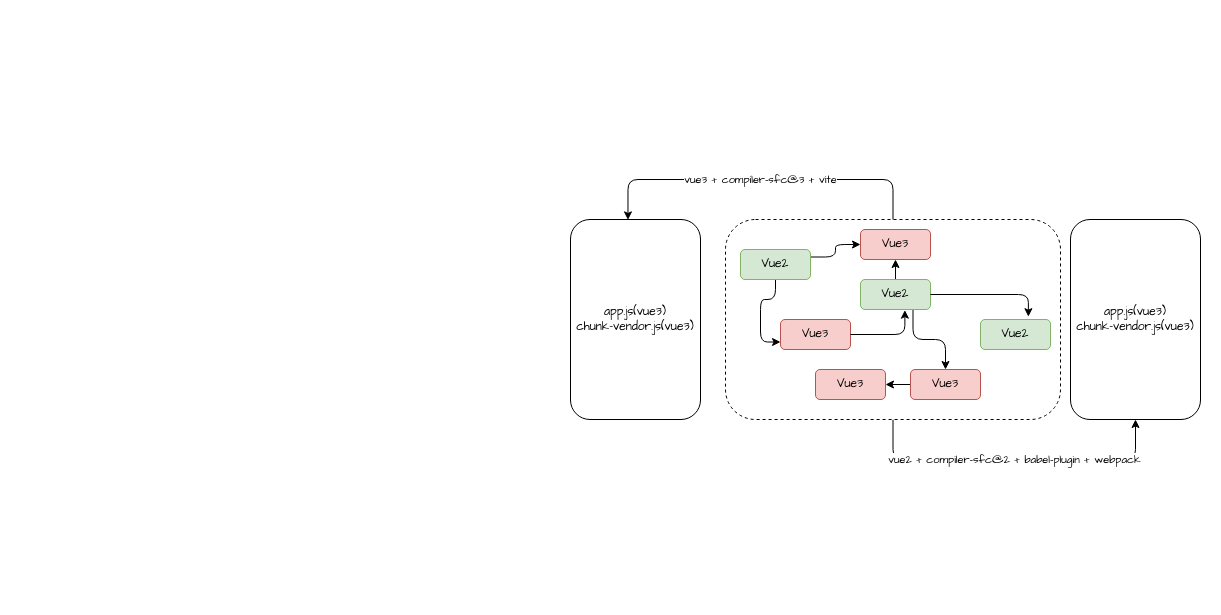
Before: demo.drawio in lqt0223/diagrams, a draw.io diagram. Source tidied: cells renumbered, new cells numbered last; positions are measured from the earlier drawing's top-left corner, leaving out a move shared by most shapes. Both pictures are drawn from the tidied source at 100%, with x=0, y=0 at pixel (570, 179).
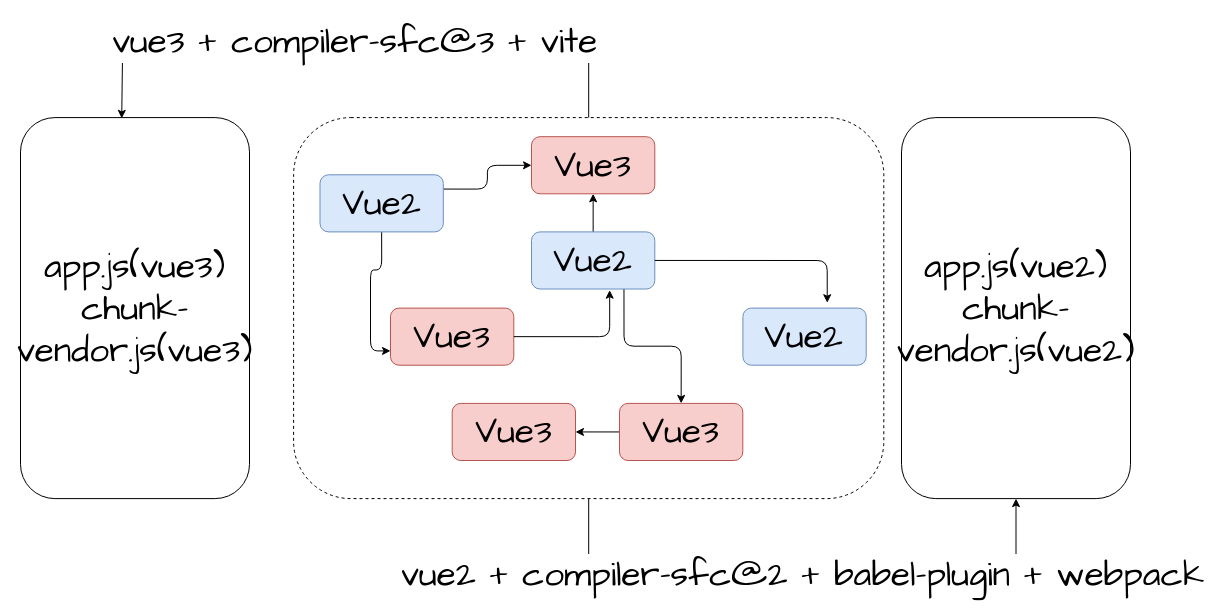
After the change.

Change to the diagram source:
```diff
@@
-    <mxCell id="2" value="vue2 + compiler-sfc@2 + babel-plugin + webpack" style="edgeStyle=orthogonalEdgeStyle;rounded=1;hachureGap=4;jettySize=auto;html=1;exitX=0.5;exitY=1;exitDx=0;exitDy=0;entryX=0.5;entryY=1;entryDx=0;entryDy=0;fontFamily=Architects Daughter;" parent="1" edge="1" source="3" target="19">
+    <mxCell id="2" value="vue2 + compiler-sfc@2 + babel-plugin + webpack" style="edgeStyle=orthogonalEdgeStyle;rounded=1;hachureGap=4;jettySize=auto;html=1;exitX=0.5;exitY=1;exitDx=0;exitDy=0;entryX=0.5;entryY=1;entryDx=0;entryDy=0;fontFamily=Architects Daughter;fontSize=35;" parent="1" edge="1" source="3" target="19">
       <mxGeometry relative="1" as="geometry">
         <Array as="points">
-          <mxPoint x="323" y="280" />
-          <mxPoint x="565" y="280" />
+          <mxPoint x="19.1" y="395.3" />
+          <mxPoint x="445.5" y="395.3" />
         </Array>
       </mxGeometry>
     </mxCell>
-    <mxCell id="3" style="rounded=1;whiteSpace=wrap;html=1;hachureGap=4;fontFamily=Architects Daughter;dashed=1;" parent="1" vertex="1">
-      <mxGeometry x="155" y="40" width="335" height="200" as="geometry" />
+    <mxCell id="3" style="rounded=1;whiteSpace=wrap;html=1;hachureGap=4;fontFamily=Architects Daughter;dashed=1;fontSize=35;" parent="1" vertex="1">
+      <mxGeometry x="-276.9" y="-61.9" width="590.2" height="381" as="geometry" />
     </mxCell>
-    <mxCell id="4" value="Vue2" style="rounded=1;whiteSpace=wrap;html=1;hachureGap=4;fontFamily=Architects Daughter;fillColor=#d5e8d4;strokeColor=#82b366;" parent="1" vertex="1">
-      <mxGeometry x="410" y="140" width="70" height="30" as="geometry" />
+    <mxCell id="4" value="Vue2" style="rounded=1;whiteSpace=wrap;html=1;hachureGap=4;fontFamily=Architects Daughter;fillColor=#dae8fc;strokeColor=#6c8ebf;fontSize=35;" parent="1" vertex="1">
+      <mxGeometry x="172.4" y="128.6" width="123.3" height="57.1" as="geometry" />
     </mxCell>
-    <mxCell id="5" style="edgeStyle=orthogonalEdgeStyle;rounded=1;hachureGap=4;jettySize=auto;html=1;exitX=1;exitY=0.25;exitDx=0;exitDy=0;fontFamily=Architects Daughter;" parent="1" edge="1" source="7" target="11">
+    <mxCell id="5" style="edgeStyle=orthogonalEdgeStyle;rounded=1;hachureGap=4;jettySize=auto;html=1;exitX=1;exitY=0.25;exitDx=0;exitDy=0;fontFamily=Architects Daughter;fontSize=35;" parent="1" edge="1" source="7" target="11">
       <mxGeometry relative="1" as="geometry" />
     </mxCell>
-    <mxCell id="6" style="edgeStyle=orthogonalEdgeStyle;rounded=1;hachureGap=4;jettySize=auto;html=1;exitX=0.5;exitY=1;exitDx=0;exitDy=0;entryX=0;entryY=0.75;entryDx=0;entryDy=0;fontFamily=Architects Daughter;" parent="1" edge="1" source="7" target="12">
+    <mxCell id="6" style="edgeStyle=orthogonalEdgeStyle;rounded=1;hachureGap=4;jettySize=auto;html=1;exitX=0.5;exitY=1;exitDx=0;exitDy=0;entryX=0;entryY=0.75;entryDx=0;entryDy=0;fontFamily=Architects Daughter;fontSize=35;" parent="1" edge="1" source="7" target="12">
       <mxGeometry relative="1" as="geometry" />
     </mxCell>
-    <mxCell id="7" value="Vue2" style="rounded=1;whiteSpace=wrap;html=1;hachureGap=4;fontFamily=Architects Daughter;fillColor=#d5e8d4;strokeColor=#82b366;" parent="1" vertex="1">
-      <mxGeometry x="170" y="70" width="70" height="30" as="geometry" />
+    <mxCell id="7" value="Vue2" style="rounded=1;whiteSpace=wrap;html=1;hachureGap=4;fontFamily=Architects Daughter;fillColor=#dae8fc;strokeColor=#6c8ebf;fontSize=35;" parent="1" vertex="1">
+      <mxGeometry x="-250.5" y="-4.7" width="123.3" height="57.1" as="geometry" />
     </mxCell>
-    <mxCell id="8" style="edgeStyle=orthogonalEdgeStyle;rounded=1;hachureGap=4;jettySize=auto;html=1;exitX=0.5;exitY=0;exitDx=0;exitDy=0;entryX=0.5;entryY=1;entryDx=0;entryDy=0;fontFamily=Architects Daughter;" parent="1" edge="1" source="10" target="11">
+    <mxCell id="8" style="edgeStyle=orthogonalEdgeStyle;rounded=1;hachureGap=4;jettySize=auto;html=1;exitX=0.5;exitY=0;exitDx=0;exitDy=0;entryX=0.5;entryY=1;entryDx=0;entryDy=0;fontFamily=Architects Daughter;fontSize=35;" parent="1" edge="1" source="10" target="11">
       <mxGeometry relative="1" as="geometry" />
     </mxCell>
-    <mxCell id="9" style="edgeStyle=orthogonalEdgeStyle;rounded=1;hachureGap=4;jettySize=auto;html=1;exitX=0.75;exitY=1;exitDx=0;exitDy=0;entryX=0.5;entryY=0;entryDx=0;entryDy=0;fontFamily=Architects Daughter;" parent="1" edge="1" source="10" target="15">
+    <mxCell id="9" style="edgeStyle=orthogonalEdgeStyle;rounded=1;hachureGap=4;jettySize=auto;html=1;exitX=0.75;exitY=1;exitDx=0;exitDy=0;entryX=0.5;entryY=0;entryDx=0;entryDy=0;fontFamily=Architects Daughter;fontSize=35;" parent="1" edge="1" source="10" target="15">
       <mxGeometry relative="1" as="geometry" />
     </mxCell>
-    <mxCell id="10" value="Vue2" style="rounded=1;whiteSpace=wrap;html=1;hachureGap=4;fontFamily=Architects Daughter;fillColor=#d5e8d4;strokeColor=#82b366;" parent="1" vertex="1">
-      <mxGeometry x="290" y="100" width="70" height="30" as="geometry" />
+    <mxCell id="10" value="Vue2" style="rounded=1;whiteSpace=wrap;html=1;hachureGap=4;fontFamily=Architects Daughter;fillColor=#dae8fc;strokeColor=#6c8ebf;fontSize=35;" parent="1" vertex="1">
+      <mxGeometry x="-39" y="52.4" width="123.3" height="57.1" as="geometry" />
     </mxCell>
-    <mxCell id="11" value="Vue3" style="rounded=1;whiteSpace=wrap;html=1;hachureGap=4;fontFamily=Architects Daughter;fillColor=#f8cecc;strokeColor=#b85450;" parent="1" vertex="1">
-      <mxGeometry x="290" y="50" width="70" height="30" as="geometry" />
+    <mxCell id="11" value="Vue3" style="rounded=1;whiteSpace=wrap;html=1;hachureGap=4;fontFamily=Architects Daughter;fillColor=#f8cecc;strokeColor=#b85450;fontSize=35;" parent="1" vertex="1">
+      <mxGeometry x="-39" y="-42.8" width="123.3" height="57.1" as="geometry" />
     </mxCell>
-    <mxCell id="12" value="Vue3" style="rounded=1;whiteSpace=wrap;html=1;hachureGap=4;fontFamily=Architects Daughter;fillColor=#f8cecc;strokeColor=#b85450;" parent="1" vertex="1">
-      <mxGeometry x="210" y="140" width="70" height="30" as="geometry" />
+    <mxCell id="12" value="Vue3" style="rounded=1;whiteSpace=wrap;html=1;hachureGap=4;fontFamily=Architects Daughter;fillColor=#f8cecc;strokeColor=#b85450;fontSize=35;" parent="1" vertex="1">
+      <mxGeometry x="-180" y="128.6" width="123.3" height="57.1" as="geometry" />
     </mxCell>
-    <mxCell id="13" value="Vue3" style="rounded=1;whiteSpace=wrap;html=1;hachureGap=4;fontFamily=Architects Daughter;fillColor=#f8cecc;strokeColor=#b85450;" parent="1" vertex="1">
-      <mxGeometry x="245" y="190" width="70" height="30" as="geometry" />
+    <mxCell id="13" value="Vue3" style="rounded=1;whiteSpace=wrap;html=1;hachureGap=4;fontFamily=Architects Daughter;fillColor=#f8cecc;strokeColor=#b85450;fontSize=35;" parent="1" vertex="1">
+      <mxGeometry x="-118.3" y="223.9" width="123.3" height="57.1" as="geometry" />
     </mxCell>
-    <mxCell id="14" style="edgeStyle=orthogonalEdgeStyle;rounded=1;hachureGap=4;jettySize=auto;html=1;exitX=0;exitY=0.5;exitDx=0;exitDy=0;entryX=1;entryY=0.5;entryDx=0;entryDy=0;fontFamily=Architects Daughter;" parent="1" edge="1" source="15" target="13">
+    <mxCell id="14" style="edgeStyle=orthogonalEdgeStyle;rounded=1;hachureGap=4;jettySize=auto;html=1;exitX=0;exitY=0.5;exitDx=0;exitDy=0;entryX=1;entryY=0.5;entryDx=0;entryDy=0;fontFamily=Architects Daughter;fontSize=35;" parent="1" edge="1" source="15" target="13">
       <mxGeometry relative="1" as="geometry" />
     </mxCell>
-    <mxCell id="15" value="Vue3" style="rounded=1;whiteSpace=wrap;html=1;hachureGap=4;fontFamily=Architects Daughter;fillColor=#f8cecc;strokeColor=#b85450;" parent="1" vertex="1">
-      <mxGeometry x="340" y="190" width="70" height="30" as="geometry" />
+    <mxCell id="15" value="Vue3" style="rounded=1;whiteSpace=wrap;html=1;hachureGap=4;fontFamily=Architects Daughter;fillColor=#f8cecc;strokeColor=#b85450;fontSize=35;" parent="1" vertex="1">
+      <mxGeometry x="49" y="223.9" width="123.3" height="57.1" as="geometry" />
     </mxCell>
-    <mxCell id="16" style="edgeStyle=orthogonalEdgeStyle;rounded=1;hachureGap=4;jettySize=auto;html=1;exitX=1;exitY=0.5;exitDx=0;exitDy=0;entryX=0.634;entryY=1.021;entryDx=0;entryDy=0;entryPerimeter=0;fontFamily=Architects Daughter;" parent="1" edge="1" source="12" target="10">
+    <mxCell id="16" style="edgeStyle=orthogonalEdgeStyle;rounded=1;hachureGap=4;jettySize=auto;html=1;exitX=1;exitY=0.5;exitDx=0;exitDy=0;entryX=0.634;entryY=1.021;entryDx=0;entryDy=0;entryPerimeter=0;fontFamily=Architects Daughter;fontSize=35;" parent="1" edge="1" source="12" target="10">
       <mxGeometry relative="1" as="geometry" />
     </mxCell>
-    <mxCell id="17" style="edgeStyle=orthogonalEdgeStyle;rounded=1;hachureGap=4;jettySize=auto;html=1;exitX=1;exitY=0.5;exitDx=0;exitDy=0;entryX=0.684;entryY=-0.094;entryDx=0;entryDy=0;entryPerimeter=0;fontFamily=Architects Daughter;" parent="1" edge="1" source="10" target="4">
+    <mxCell id="17" style="edgeStyle=orthogonalEdgeStyle;rounded=1;hachureGap=4;jettySize=auto;html=1;exitX=1;exitY=0.5;exitDx=0;exitDy=0;entryX=0.684;entryY=-0.094;entryDx=0;entryDy=0;entryPerimeter=0;fontFamily=Architects Daughter;fontSize=35;" parent="1" edge="1" source="10" target="4">
       <mxGeometry relative="1" as="geometry" />
     </mxCell>
-    <mxCell id="18" value="app.js(vue3)&lt;div&gt;chunk-vendor.js(vue3)&lt;/div&gt;" style="rounded=1;whiteSpace=wrap;html=1;hachureGap=4;fontFamily=Architects Daughter;" parent="1" vertex="1">
-      <mxGeometry y="40" width="130" height="200" as="geometry" />
+    <mxCell id="18" value="app.js(vue3)&lt;div style=&quot;font-size: 35px;&quot;&gt;chunk-vendor.js(vue3)&lt;/div&gt;" style="rounded=1;whiteSpace=wrap;html=1;hachureGap=4;fontFamily=Architects Daughter;fontSize=35;" parent="1" vertex="1">
+      <mxGeometry x="-550" y="-61.9" width="229" height="381" as="geometry" />
     </mxCell>
-    <mxCell id="19" value="app.js(vue3)&lt;div&gt;chunk-vendor.js(vue3)&lt;/div&gt;" style="rounded=1;whiteSpace=wrap;html=1;hachureGap=4;fontFamily=Architects Daughter;" parent="1" vertex="1">
-      <mxGeometry x="500" y="40" width="130" height="200" as="geometry" />
+    <mxCell id="19" value="app.js(vue2)&lt;div style=&quot;font-size: 35px;&quot;&gt;chunk-vendor.js(vue2)&lt;/div&gt;" style="rounded=1;whiteSpace=wrap;html=1;hachureGap=4;fontFamily=Architects Daughter;fontSize=35;" parent="1" vertex="1">
+      <mxGeometry x="331" y="-61.9" width="229" height="381" as="geometry" />
     </mxCell>
-    <mxCell id="20" value="vue3 + compiler-sfc@3 + vite" style="edgeStyle=orthogonalEdgeStyle;rounded=1;hachureGap=4;jettySize=auto;html=1;exitX=0.5;exitY=0;exitDx=0;exitDy=0;entryX=0.442;entryY=0.002;entryDx=0;entryDy=0;entryPerimeter=0;fontFamily=Architects Daughter;" parent="1" edge="1" source="3" target="18">
+    <mxCell id="20" value="vue3 + compiler-sfc@3 + vite" style="edgeStyle=orthogonalEdgeStyle;rounded=1;hachureGap=4;jettySize=auto;html=1;exitX=0.5;exitY=0;exitDx=0;exitDy=0;entryX=0.442;entryY=0.002;entryDx=0;entryDy=0;entryPerimeter=0;fontFamily=Architects Daughter;fontSize=35;" parent="1" edge="1" source="3" target="18">
       <mxGeometry relative="1" as="geometry">
         <Array as="points">
-          <mxPoint x="323" />
-          <mxPoint x="58" />
+          <mxPoint x="19.1" y="-138.1" />
+          <mxPoint x="-447.8" y="-138.1" />
         </Array>
       </mxGeometry>
     </mxCell>
```
